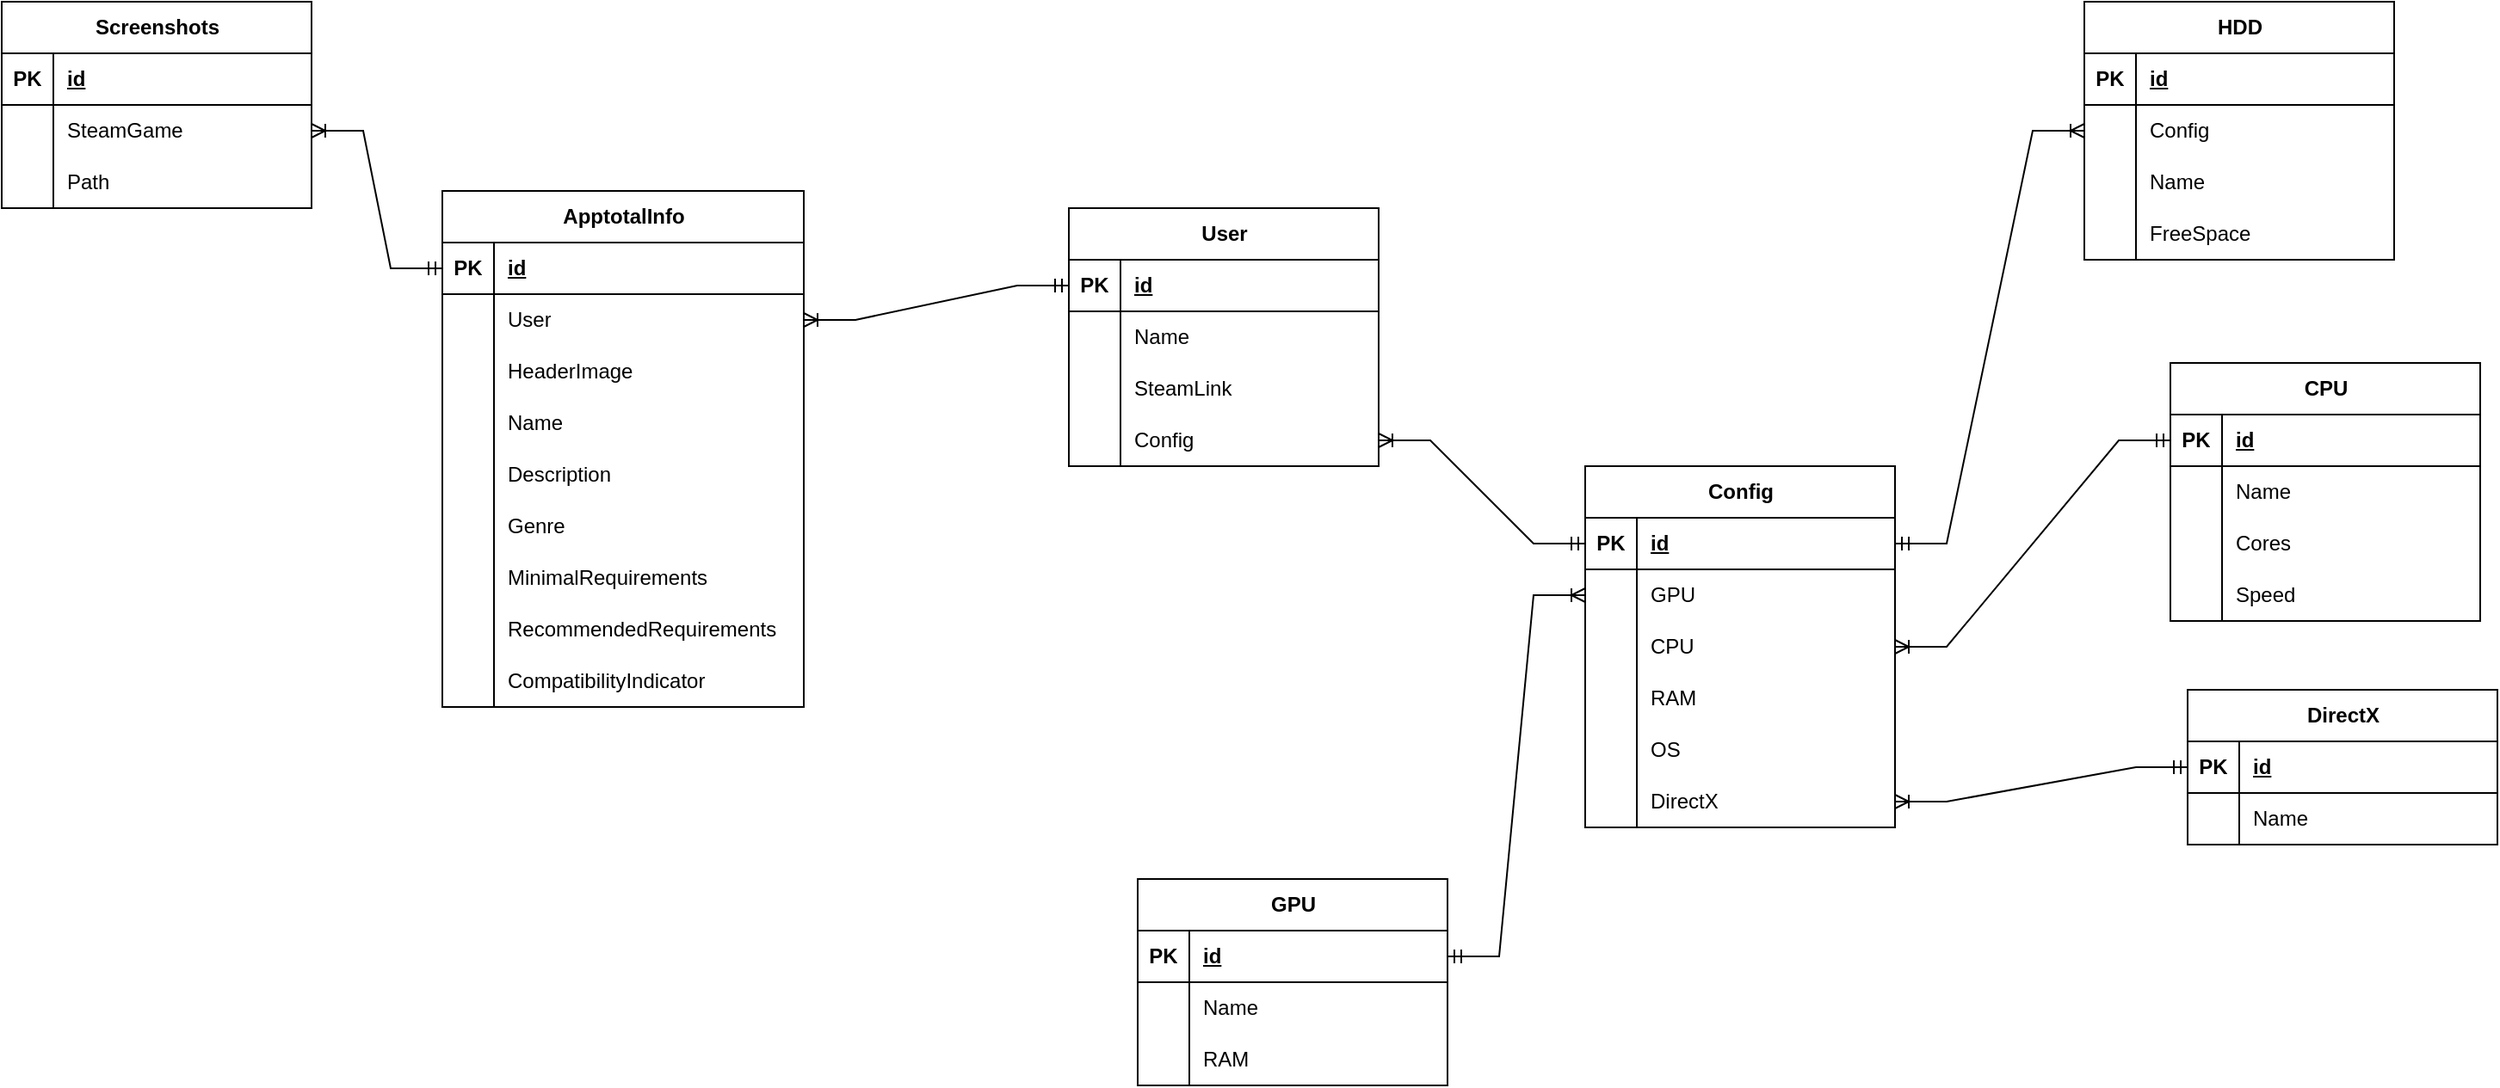
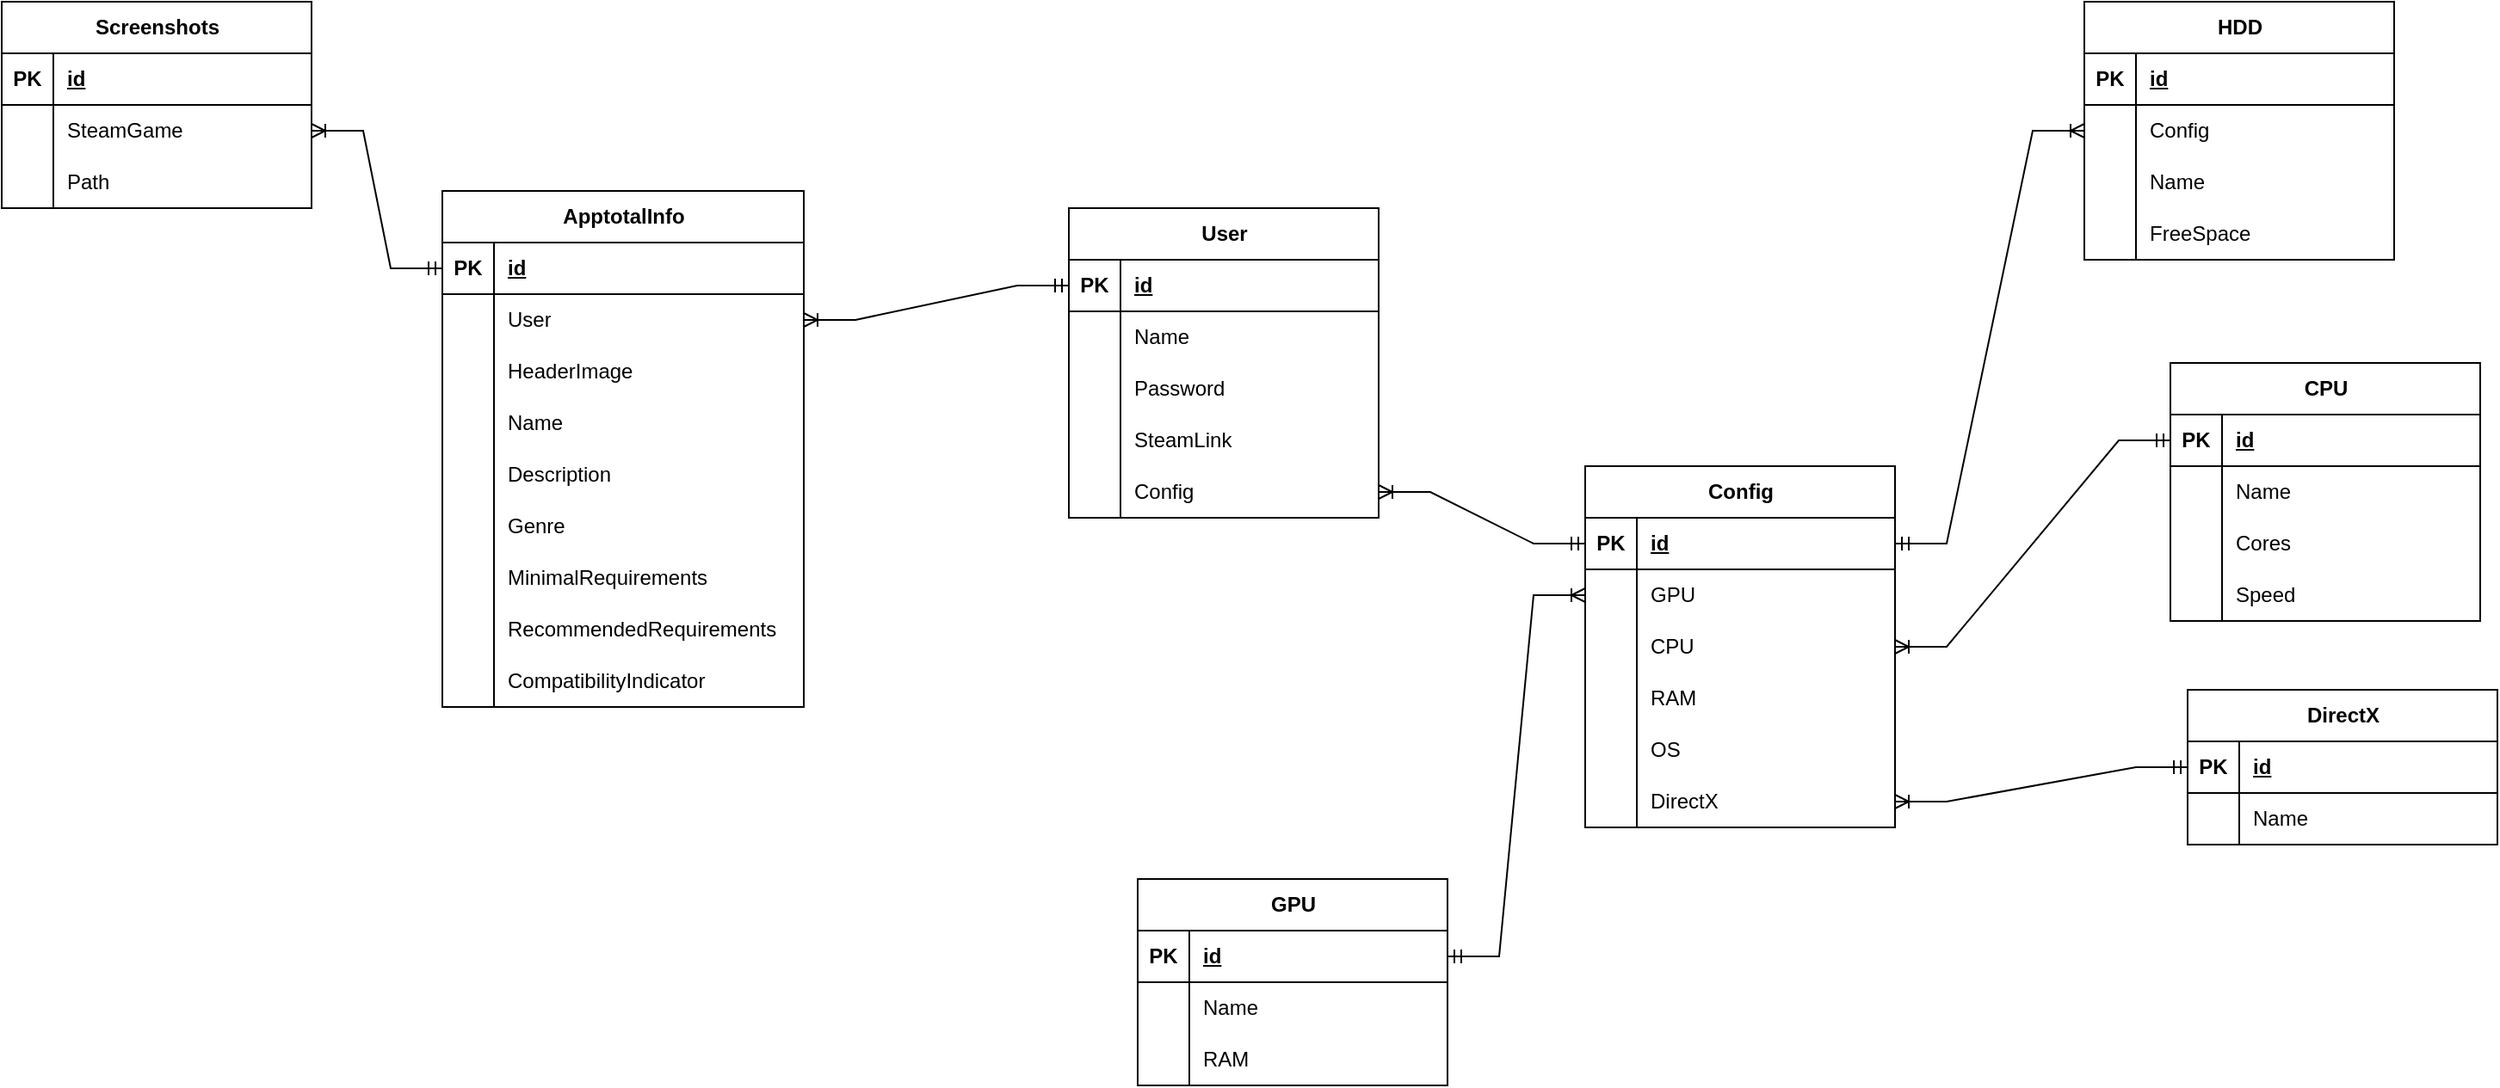
<mxfile host="Electron" agent="Mozilla/5.0 (Windows NT 10.0; Win64; x64) AppleWebKit/537.36 (KHTML, like Gecko) draw.io/27.0.9 Chrome/134.0.6998.205 Electron/35.4.0 Safari/537.36" version="27.0.9">
  <diagram name="Страница — 1" id="ndZ-_XD-usZn9foCTJg3">
-     <mxGraphModel dx="2864" dy="1201" grid="1" gridSize="10" guides="1" tooltips="1" connect="1" arrows="1" fold="1" page="1" pageScale="1" pageWidth="827" pageHeight="1169" math="0" shadow="0">
+     <mxGraphModel dx="2253" dy="841" grid="1" gridSize="10" guides="1" tooltips="1" connect="1" arrows="1" fold="1" page="1" pageScale="1" pageWidth="827" pageHeight="1169" math="0" shadow="0">
      <root>
        <mxCell id="0" />
        <mxCell id="1" parent="0" />
        <mxCell id="RaKvigY4erdhe8ycXThF-5" value="GPU" style="shape=table;startSize=30;container=1;collapsible=1;childLayout=tableLayout;fixedRows=1;rowLines=0;fontStyle=1;align=center;resizeLast=1;html=1;" parent="1" vertex="1">
          <mxGeometry x="-10" y="630" width="180" height="120" as="geometry" />
        </mxCell>
        <mxCell id="RaKvigY4erdhe8ycXThF-6" value="" style="shape=tableRow;horizontal=0;startSize=0;swimlaneHead=0;swimlaneBody=0;fillColor=none;collapsible=0;dropTarget=0;points=[[0,0.5],[1,0.5]];portConstraint=eastwest;top=0;left=0;right=0;bottom=1;" parent="RaKvigY4erdhe8ycXThF-5" vertex="1">
          <mxGeometry y="30" width="180" height="30" as="geometry" />
        </mxCell>
        <mxCell id="RaKvigY4erdhe8ycXThF-7" value="PK" style="shape=partialRectangle;connectable=0;fillColor=none;top=0;left=0;bottom=0;right=0;fontStyle=1;overflow=hidden;whiteSpace=wrap;html=1;" parent="RaKvigY4erdhe8ycXThF-6" vertex="1">
          <mxGeometry width="30" height="30" as="geometry">
            <mxRectangle width="30" height="30" as="alternateBounds" />
          </mxGeometry>
        </mxCell>
        <mxCell id="RaKvigY4erdhe8ycXThF-8" value="id" style="shape=partialRectangle;connectable=0;fillColor=none;top=0;left=0;bottom=0;right=0;align=left;spacingLeft=6;fontStyle=5;overflow=hidden;whiteSpace=wrap;html=1;" parent="RaKvigY4erdhe8ycXThF-6" vertex="1">
          <mxGeometry x="30" width="150" height="30" as="geometry">
            <mxRectangle width="150" height="30" as="alternateBounds" />
          </mxGeometry>
        </mxCell>
        <mxCell id="RaKvigY4erdhe8ycXThF-9" value="" style="shape=tableRow;horizontal=0;startSize=0;swimlaneHead=0;swimlaneBody=0;fillColor=none;collapsible=0;dropTarget=0;points=[[0,0.5],[1,0.5]];portConstraint=eastwest;top=0;left=0;right=0;bottom=0;" parent="RaKvigY4erdhe8ycXThF-5" vertex="1">
          <mxGeometry y="60" width="180" height="30" as="geometry" />
        </mxCell>
        <mxCell id="RaKvigY4erdhe8ycXThF-10" value="" style="shape=partialRectangle;connectable=0;fillColor=none;top=0;left=0;bottom=0;right=0;editable=1;overflow=hidden;whiteSpace=wrap;html=1;" parent="RaKvigY4erdhe8ycXThF-9" vertex="1">
          <mxGeometry width="30" height="30" as="geometry">
            <mxRectangle width="30" height="30" as="alternateBounds" />
          </mxGeometry>
        </mxCell>
        <mxCell id="RaKvigY4erdhe8ycXThF-11" value="Name" style="shape=partialRectangle;connectable=0;fillColor=none;top=0;left=0;bottom=0;right=0;align=left;spacingLeft=6;overflow=hidden;whiteSpace=wrap;html=1;" parent="RaKvigY4erdhe8ycXThF-9" vertex="1">
          <mxGeometry x="30" width="150" height="30" as="geometry">
            <mxRectangle width="150" height="30" as="alternateBounds" />
          </mxGeometry>
        </mxCell>
        <mxCell id="tY81tEx8x-M-BH_9YuJr-7" value="" style="shape=tableRow;horizontal=0;startSize=0;swimlaneHead=0;swimlaneBody=0;fillColor=none;collapsible=0;dropTarget=0;points=[[0,0.5],[1,0.5]];portConstraint=eastwest;top=0;left=0;right=0;bottom=0;" parent="RaKvigY4erdhe8ycXThF-5" vertex="1">
          <mxGeometry y="90" width="180" height="30" as="geometry" />
        </mxCell>
        <mxCell id="tY81tEx8x-M-BH_9YuJr-8" value="" style="shape=partialRectangle;connectable=0;fillColor=none;top=0;left=0;bottom=0;right=0;editable=1;overflow=hidden;whiteSpace=wrap;html=1;" parent="tY81tEx8x-M-BH_9YuJr-7" vertex="1">
          <mxGeometry width="30" height="30" as="geometry">
            <mxRectangle width="30" height="30" as="alternateBounds" />
          </mxGeometry>
        </mxCell>
        <mxCell id="tY81tEx8x-M-BH_9YuJr-9" value="RAM" style="shape=partialRectangle;connectable=0;fillColor=none;top=0;left=0;bottom=0;right=0;align=left;spacingLeft=6;overflow=hidden;whiteSpace=wrap;html=1;" parent="tY81tEx8x-M-BH_9YuJr-7" vertex="1">
          <mxGeometry x="30" width="150" height="30" as="geometry">
            <mxRectangle width="150" height="30" as="alternateBounds" />
          </mxGeometry>
        </mxCell>
        <mxCell id="RaKvigY4erdhe8ycXThF-18" value="CPU" style="shape=table;startSize=30;container=1;collapsible=1;childLayout=tableLayout;fixedRows=1;rowLines=0;fontStyle=1;align=center;resizeLast=1;html=1;" parent="1" vertex="1">
          <mxGeometry x="590" y="330" width="180" height="150" as="geometry" />
        </mxCell>
        <mxCell id="RaKvigY4erdhe8ycXThF-19" value="" style="shape=tableRow;horizontal=0;startSize=0;swimlaneHead=0;swimlaneBody=0;fillColor=none;collapsible=0;dropTarget=0;points=[[0,0.5],[1,0.5]];portConstraint=eastwest;top=0;left=0;right=0;bottom=1;" parent="RaKvigY4erdhe8ycXThF-18" vertex="1">
          <mxGeometry y="30" width="180" height="30" as="geometry" />
        </mxCell>
        <mxCell id="RaKvigY4erdhe8ycXThF-20" value="PK" style="shape=partialRectangle;connectable=0;fillColor=none;top=0;left=0;bottom=0;right=0;fontStyle=1;overflow=hidden;whiteSpace=wrap;html=1;" parent="RaKvigY4erdhe8ycXThF-19" vertex="1">
          <mxGeometry width="30" height="30" as="geometry">
            <mxRectangle width="30" height="30" as="alternateBounds" />
          </mxGeometry>
        </mxCell>
        <mxCell id="RaKvigY4erdhe8ycXThF-21" value="id" style="shape=partialRectangle;connectable=0;fillColor=none;top=0;left=0;bottom=0;right=0;align=left;spacingLeft=6;fontStyle=5;overflow=hidden;whiteSpace=wrap;html=1;" parent="RaKvigY4erdhe8ycXThF-19" vertex="1">
          <mxGeometry x="30" width="150" height="30" as="geometry">
            <mxRectangle width="150" height="30" as="alternateBounds" />
          </mxGeometry>
        </mxCell>
        <mxCell id="RaKvigY4erdhe8ycXThF-22" value="" style="shape=tableRow;horizontal=0;startSize=0;swimlaneHead=0;swimlaneBody=0;fillColor=none;collapsible=0;dropTarget=0;points=[[0,0.5],[1,0.5]];portConstraint=eastwest;top=0;left=0;right=0;bottom=0;" parent="RaKvigY4erdhe8ycXThF-18" vertex="1">
          <mxGeometry y="60" width="180" height="30" as="geometry" />
        </mxCell>
        <mxCell id="RaKvigY4erdhe8ycXThF-23" value="" style="shape=partialRectangle;connectable=0;fillColor=none;top=0;left=0;bottom=0;right=0;editable=1;overflow=hidden;whiteSpace=wrap;html=1;" parent="RaKvigY4erdhe8ycXThF-22" vertex="1">
          <mxGeometry width="30" height="30" as="geometry">
            <mxRectangle width="30" height="30" as="alternateBounds" />
          </mxGeometry>
        </mxCell>
        <mxCell id="RaKvigY4erdhe8ycXThF-24" value="Name" style="shape=partialRectangle;connectable=0;fillColor=none;top=0;left=0;bottom=0;right=0;align=left;spacingLeft=6;overflow=hidden;whiteSpace=wrap;html=1;" parent="RaKvigY4erdhe8ycXThF-22" vertex="1">
          <mxGeometry x="30" width="150" height="30" as="geometry">
            <mxRectangle width="150" height="30" as="alternateBounds" />
          </mxGeometry>
        </mxCell>
        <mxCell id="tY81tEx8x-M-BH_9YuJr-1" value="" style="shape=tableRow;horizontal=0;startSize=0;swimlaneHead=0;swimlaneBody=0;fillColor=none;collapsible=0;dropTarget=0;points=[[0,0.5],[1,0.5]];portConstraint=eastwest;top=0;left=0;right=0;bottom=0;" parent="RaKvigY4erdhe8ycXThF-18" vertex="1">
          <mxGeometry y="90" width="180" height="30" as="geometry" />
        </mxCell>
        <mxCell id="tY81tEx8x-M-BH_9YuJr-2" value="" style="shape=partialRectangle;connectable=0;fillColor=none;top=0;left=0;bottom=0;right=0;editable=1;overflow=hidden;whiteSpace=wrap;html=1;" parent="tY81tEx8x-M-BH_9YuJr-1" vertex="1">
          <mxGeometry width="30" height="30" as="geometry">
            <mxRectangle width="30" height="30" as="alternateBounds" />
          </mxGeometry>
        </mxCell>
        <mxCell id="tY81tEx8x-M-BH_9YuJr-3" value="Cores" style="shape=partialRectangle;connectable=0;fillColor=none;top=0;left=0;bottom=0;right=0;align=left;spacingLeft=6;overflow=hidden;whiteSpace=wrap;html=1;" parent="tY81tEx8x-M-BH_9YuJr-1" vertex="1">
          <mxGeometry x="30" width="150" height="30" as="geometry">
            <mxRectangle width="150" height="30" as="alternateBounds" />
          </mxGeometry>
        </mxCell>
        <mxCell id="tY81tEx8x-M-BH_9YuJr-4" value="" style="shape=tableRow;horizontal=0;startSize=0;swimlaneHead=0;swimlaneBody=0;fillColor=none;collapsible=0;dropTarget=0;points=[[0,0.5],[1,0.5]];portConstraint=eastwest;top=0;left=0;right=0;bottom=0;" parent="RaKvigY4erdhe8ycXThF-18" vertex="1">
          <mxGeometry y="120" width="180" height="30" as="geometry" />
        </mxCell>
        <mxCell id="tY81tEx8x-M-BH_9YuJr-5" value="" style="shape=partialRectangle;connectable=0;fillColor=none;top=0;left=0;bottom=0;right=0;editable=1;overflow=hidden;whiteSpace=wrap;html=1;" parent="tY81tEx8x-M-BH_9YuJr-4" vertex="1">
          <mxGeometry width="30" height="30" as="geometry">
            <mxRectangle width="30" height="30" as="alternateBounds" />
          </mxGeometry>
        </mxCell>
        <mxCell id="tY81tEx8x-M-BH_9YuJr-6" value="Speed" style="shape=partialRectangle;connectable=0;fillColor=none;top=0;left=0;bottom=0;right=0;align=left;spacingLeft=6;overflow=hidden;whiteSpace=wrap;html=1;" parent="tY81tEx8x-M-BH_9YuJr-4" vertex="1">
          <mxGeometry x="30" width="150" height="30" as="geometry">
            <mxRectangle width="150" height="30" as="alternateBounds" />
          </mxGeometry>
        </mxCell>
        <mxCell id="RaKvigY4erdhe8ycXThF-25" value="DirectX" style="shape=table;startSize=30;container=1;collapsible=1;childLayout=tableLayout;fixedRows=1;rowLines=0;fontStyle=1;align=center;resizeLast=1;html=1;" parent="1" vertex="1">
          <mxGeometry x="600" y="520" width="180" height="90" as="geometry" />
        </mxCell>
        <mxCell id="RaKvigY4erdhe8ycXThF-26" value="" style="shape=tableRow;horizontal=0;startSize=0;swimlaneHead=0;swimlaneBody=0;fillColor=none;collapsible=0;dropTarget=0;points=[[0,0.5],[1,0.5]];portConstraint=eastwest;top=0;left=0;right=0;bottom=1;" parent="RaKvigY4erdhe8ycXThF-25" vertex="1">
          <mxGeometry y="30" width="180" height="30" as="geometry" />
        </mxCell>
        <mxCell id="RaKvigY4erdhe8ycXThF-27" value="PK" style="shape=partialRectangle;connectable=0;fillColor=none;top=0;left=0;bottom=0;right=0;fontStyle=1;overflow=hidden;whiteSpace=wrap;html=1;" parent="RaKvigY4erdhe8ycXThF-26" vertex="1">
          <mxGeometry width="30" height="30" as="geometry">
            <mxRectangle width="30" height="30" as="alternateBounds" />
          </mxGeometry>
        </mxCell>
        <mxCell id="RaKvigY4erdhe8ycXThF-28" value="id" style="shape=partialRectangle;connectable=0;fillColor=none;top=0;left=0;bottom=0;right=0;align=left;spacingLeft=6;fontStyle=5;overflow=hidden;whiteSpace=wrap;html=1;" parent="RaKvigY4erdhe8ycXThF-26" vertex="1">
          <mxGeometry x="30" width="150" height="30" as="geometry">
            <mxRectangle width="150" height="30" as="alternateBounds" />
          </mxGeometry>
        </mxCell>
        <mxCell id="RaKvigY4erdhe8ycXThF-29" value="" style="shape=tableRow;horizontal=0;startSize=0;swimlaneHead=0;swimlaneBody=0;fillColor=none;collapsible=0;dropTarget=0;points=[[0,0.5],[1,0.5]];portConstraint=eastwest;top=0;left=0;right=0;bottom=0;" parent="RaKvigY4erdhe8ycXThF-25" vertex="1">
          <mxGeometry y="60" width="180" height="30" as="geometry" />
        </mxCell>
        <mxCell id="RaKvigY4erdhe8ycXThF-30" value="" style="shape=partialRectangle;connectable=0;fillColor=none;top=0;left=0;bottom=0;right=0;editable=1;overflow=hidden;whiteSpace=wrap;html=1;" parent="RaKvigY4erdhe8ycXThF-29" vertex="1">
          <mxGeometry width="30" height="30" as="geometry">
            <mxRectangle width="30" height="30" as="alternateBounds" />
          </mxGeometry>
        </mxCell>
        <mxCell id="RaKvigY4erdhe8ycXThF-31" value="Name" style="shape=partialRectangle;connectable=0;fillColor=none;top=0;left=0;bottom=0;right=0;align=left;spacingLeft=6;overflow=hidden;whiteSpace=wrap;html=1;" parent="RaKvigY4erdhe8ycXThF-29" vertex="1">
          <mxGeometry x="30" width="150" height="30" as="geometry">
            <mxRectangle width="150" height="30" as="alternateBounds" />
          </mxGeometry>
        </mxCell>
        <mxCell id="RaKvigY4erdhe8ycXThF-32" value="Config" style="shape=table;startSize=30;container=1;collapsible=1;childLayout=tableLayout;fixedRows=1;rowLines=0;fontStyle=1;align=center;resizeLast=1;html=1;" parent="1" vertex="1">
          <mxGeometry x="250" y="390" width="180" height="210" as="geometry" />
        </mxCell>
        <mxCell id="RaKvigY4erdhe8ycXThF-33" value="" style="shape=tableRow;horizontal=0;startSize=0;swimlaneHead=0;swimlaneBody=0;fillColor=none;collapsible=0;dropTarget=0;points=[[0,0.5],[1,0.5]];portConstraint=eastwest;top=0;left=0;right=0;bottom=1;" parent="RaKvigY4erdhe8ycXThF-32" vertex="1">
          <mxGeometry y="30" width="180" height="30" as="geometry" />
        </mxCell>
        <mxCell id="RaKvigY4erdhe8ycXThF-34" value="PK" style="shape=partialRectangle;connectable=0;fillColor=none;top=0;left=0;bottom=0;right=0;fontStyle=1;overflow=hidden;whiteSpace=wrap;html=1;" parent="RaKvigY4erdhe8ycXThF-33" vertex="1">
          <mxGeometry width="30" height="30" as="geometry">
            <mxRectangle width="30" height="30" as="alternateBounds" />
          </mxGeometry>
        </mxCell>
        <mxCell id="RaKvigY4erdhe8ycXThF-35" value="id" style="shape=partialRectangle;connectable=0;fillColor=none;top=0;left=0;bottom=0;right=0;align=left;spacingLeft=6;fontStyle=5;overflow=hidden;whiteSpace=wrap;html=1;" parent="RaKvigY4erdhe8ycXThF-33" vertex="1">
          <mxGeometry x="30" width="150" height="30" as="geometry">
            <mxRectangle width="150" height="30" as="alternateBounds" />
          </mxGeometry>
        </mxCell>
        <mxCell id="RaKvigY4erdhe8ycXThF-36" value="" style="shape=tableRow;horizontal=0;startSize=0;swimlaneHead=0;swimlaneBody=0;fillColor=none;collapsible=0;dropTarget=0;points=[[0,0.5],[1,0.5]];portConstraint=eastwest;top=0;left=0;right=0;bottom=0;" parent="RaKvigY4erdhe8ycXThF-32" vertex="1">
          <mxGeometry y="60" width="180" height="30" as="geometry" />
        </mxCell>
        <mxCell id="RaKvigY4erdhe8ycXThF-37" value="" style="shape=partialRectangle;connectable=0;fillColor=none;top=0;left=0;bottom=0;right=0;editable=1;overflow=hidden;whiteSpace=wrap;html=1;" parent="RaKvigY4erdhe8ycXThF-36" vertex="1">
          <mxGeometry width="30" height="30" as="geometry">
            <mxRectangle width="30" height="30" as="alternateBounds" />
          </mxGeometry>
        </mxCell>
        <mxCell id="RaKvigY4erdhe8ycXThF-38" value="GPU" style="shape=partialRectangle;connectable=0;fillColor=none;top=0;left=0;bottom=0;right=0;align=left;spacingLeft=6;overflow=hidden;whiteSpace=wrap;html=1;" parent="RaKvigY4erdhe8ycXThF-36" vertex="1">
          <mxGeometry x="30" width="150" height="30" as="geometry">
            <mxRectangle width="150" height="30" as="alternateBounds" />
          </mxGeometry>
        </mxCell>
        <mxCell id="RaKvigY4erdhe8ycXThF-39" value="" style="shape=tableRow;horizontal=0;startSize=0;swimlaneHead=0;swimlaneBody=0;fillColor=none;collapsible=0;dropTarget=0;points=[[0,0.5],[1,0.5]];portConstraint=eastwest;top=0;left=0;right=0;bottom=0;" parent="RaKvigY4erdhe8ycXThF-32" vertex="1">
          <mxGeometry y="90" width="180" height="30" as="geometry" />
        </mxCell>
        <mxCell id="RaKvigY4erdhe8ycXThF-40" value="" style="shape=partialRectangle;connectable=0;fillColor=none;top=0;left=0;bottom=0;right=0;editable=1;overflow=hidden;whiteSpace=wrap;html=1;" parent="RaKvigY4erdhe8ycXThF-39" vertex="1">
          <mxGeometry width="30" height="30" as="geometry">
            <mxRectangle width="30" height="30" as="alternateBounds" />
          </mxGeometry>
        </mxCell>
        <mxCell id="RaKvigY4erdhe8ycXThF-41" value="CPU" style="shape=partialRectangle;connectable=0;fillColor=none;top=0;left=0;bottom=0;right=0;align=left;spacingLeft=6;overflow=hidden;whiteSpace=wrap;html=1;" parent="RaKvigY4erdhe8ycXThF-39" vertex="1">
          <mxGeometry x="30" width="150" height="30" as="geometry">
            <mxRectangle width="150" height="30" as="alternateBounds" />
          </mxGeometry>
        </mxCell>
        <mxCell id="RaKvigY4erdhe8ycXThF-42" value="" style="shape=tableRow;horizontal=0;startSize=0;swimlaneHead=0;swimlaneBody=0;fillColor=none;collapsible=0;dropTarget=0;points=[[0,0.5],[1,0.5]];portConstraint=eastwest;top=0;left=0;right=0;bottom=0;" parent="RaKvigY4erdhe8ycXThF-32" vertex="1">
          <mxGeometry y="120" width="180" height="30" as="geometry" />
        </mxCell>
        <mxCell id="RaKvigY4erdhe8ycXThF-43" value="" style="shape=partialRectangle;connectable=0;fillColor=none;top=0;left=0;bottom=0;right=0;editable=1;overflow=hidden;whiteSpace=wrap;html=1;" parent="RaKvigY4erdhe8ycXThF-42" vertex="1">
          <mxGeometry width="30" height="30" as="geometry">
            <mxRectangle width="30" height="30" as="alternateBounds" />
          </mxGeometry>
        </mxCell>
        <mxCell id="RaKvigY4erdhe8ycXThF-44" value="RAM" style="shape=partialRectangle;connectable=0;fillColor=none;top=0;left=0;bottom=0;right=0;align=left;spacingLeft=6;overflow=hidden;whiteSpace=wrap;html=1;" parent="RaKvigY4erdhe8ycXThF-42" vertex="1">
          <mxGeometry x="30" width="150" height="30" as="geometry">
            <mxRectangle width="150" height="30" as="alternateBounds" />
          </mxGeometry>
        </mxCell>
        <mxCell id="RaKvigY4erdhe8ycXThF-58" value="" style="shape=tableRow;horizontal=0;startSize=0;swimlaneHead=0;swimlaneBody=0;fillColor=none;collapsible=0;dropTarget=0;points=[[0,0.5],[1,0.5]];portConstraint=eastwest;top=0;left=0;right=0;bottom=0;" parent="RaKvigY4erdhe8ycXThF-32" vertex="1">
          <mxGeometry y="150" width="180" height="30" as="geometry" />
        </mxCell>
        <mxCell id="RaKvigY4erdhe8ycXThF-59" value="" style="shape=partialRectangle;connectable=0;fillColor=none;top=0;left=0;bottom=0;right=0;editable=1;overflow=hidden;whiteSpace=wrap;html=1;" parent="RaKvigY4erdhe8ycXThF-58" vertex="1">
          <mxGeometry width="30" height="30" as="geometry">
            <mxRectangle width="30" height="30" as="alternateBounds" />
          </mxGeometry>
        </mxCell>
        <mxCell id="RaKvigY4erdhe8ycXThF-60" value="OS" style="shape=partialRectangle;connectable=0;fillColor=none;top=0;left=0;bottom=0;right=0;align=left;spacingLeft=6;overflow=hidden;whiteSpace=wrap;html=1;" parent="RaKvigY4erdhe8ycXThF-58" vertex="1">
          <mxGeometry x="30" width="150" height="30" as="geometry">
            <mxRectangle width="150" height="30" as="alternateBounds" />
          </mxGeometry>
        </mxCell>
        <mxCell id="RaKvigY4erdhe8ycXThF-61" value="" style="shape=tableRow;horizontal=0;startSize=0;swimlaneHead=0;swimlaneBody=0;fillColor=none;collapsible=0;dropTarget=0;points=[[0,0.5],[1,0.5]];portConstraint=eastwest;top=0;left=0;right=0;bottom=0;" parent="RaKvigY4erdhe8ycXThF-32" vertex="1">
          <mxGeometry y="180" width="180" height="30" as="geometry" />
        </mxCell>
        <mxCell id="RaKvigY4erdhe8ycXThF-62" value="" style="shape=partialRectangle;connectable=0;fillColor=none;top=0;left=0;bottom=0;right=0;editable=1;overflow=hidden;whiteSpace=wrap;html=1;" parent="RaKvigY4erdhe8ycXThF-61" vertex="1">
          <mxGeometry width="30" height="30" as="geometry">
            <mxRectangle width="30" height="30" as="alternateBounds" />
          </mxGeometry>
        </mxCell>
        <mxCell id="RaKvigY4erdhe8ycXThF-63" value="DirectX" style="shape=partialRectangle;connectable=0;fillColor=none;top=0;left=0;bottom=0;right=0;align=left;spacingLeft=6;overflow=hidden;whiteSpace=wrap;html=1;" parent="RaKvigY4erdhe8ycXThF-61" vertex="1">
          <mxGeometry x="30" width="150" height="30" as="geometry">
            <mxRectangle width="150" height="30" as="alternateBounds" />
          </mxGeometry>
        </mxCell>
        <mxCell id="RaKvigY4erdhe8ycXThF-45" value="User" style="shape=table;startSize=30;container=1;collapsible=1;childLayout=tableLayout;fixedRows=1;rowLines=0;fontStyle=1;align=center;resizeLast=1;html=1;" parent="1" vertex="1">
-           <mxGeometry x="-50" y="240" width="180" height="150" as="geometry" />
+           <mxGeometry x="-50" y="240" width="180" height="180" as="geometry" />
        </mxCell>
        <mxCell id="RaKvigY4erdhe8ycXThF-46" value="" style="shape=tableRow;horizontal=0;startSize=0;swimlaneHead=0;swimlaneBody=0;fillColor=none;collapsible=0;dropTarget=0;points=[[0,0.5],[1,0.5]];portConstraint=eastwest;top=0;left=0;right=0;bottom=1;" parent="RaKvigY4erdhe8ycXThF-45" vertex="1">
          <mxGeometry y="30" width="180" height="30" as="geometry" />
        </mxCell>
        <mxCell id="RaKvigY4erdhe8ycXThF-47" value="PK" style="shape=partialRectangle;connectable=0;fillColor=none;top=0;left=0;bottom=0;right=0;fontStyle=1;overflow=hidden;whiteSpace=wrap;html=1;" parent="RaKvigY4erdhe8ycXThF-46" vertex="1">
          <mxGeometry width="30" height="30" as="geometry">
            <mxRectangle width="30" height="30" as="alternateBounds" />
          </mxGeometry>
        </mxCell>
        <mxCell id="RaKvigY4erdhe8ycXThF-48" value="id" style="shape=partialRectangle;connectable=0;fillColor=none;top=0;left=0;bottom=0;right=0;align=left;spacingLeft=6;fontStyle=5;overflow=hidden;whiteSpace=wrap;html=1;" parent="RaKvigY4erdhe8ycXThF-46" vertex="1">
          <mxGeometry x="30" width="150" height="30" as="geometry">
            <mxRectangle width="150" height="30" as="alternateBounds" />
          </mxGeometry>
        </mxCell>
        <mxCell id="RaKvigY4erdhe8ycXThF-49" value="" style="shape=tableRow;horizontal=0;startSize=0;swimlaneHead=0;swimlaneBody=0;fillColor=none;collapsible=0;dropTarget=0;points=[[0,0.5],[1,0.5]];portConstraint=eastwest;top=0;left=0;right=0;bottom=0;" parent="RaKvigY4erdhe8ycXThF-45" vertex="1">
          <mxGeometry y="60" width="180" height="30" as="geometry" />
        </mxCell>
        <mxCell id="RaKvigY4erdhe8ycXThF-50" value="" style="shape=partialRectangle;connectable=0;fillColor=none;top=0;left=0;bottom=0;right=0;editable=1;overflow=hidden;whiteSpace=wrap;html=1;" parent="RaKvigY4erdhe8ycXThF-49" vertex="1">
          <mxGeometry width="30" height="30" as="geometry">
            <mxRectangle width="30" height="30" as="alternateBounds" />
          </mxGeometry>
        </mxCell>
        <mxCell id="RaKvigY4erdhe8ycXThF-51" value="Name" style="shape=partialRectangle;connectable=0;fillColor=none;top=0;left=0;bottom=0;right=0;align=left;spacingLeft=6;overflow=hidden;whiteSpace=wrap;html=1;" parent="RaKvigY4erdhe8ycXThF-49" vertex="1">
          <mxGeometry x="30" width="150" height="30" as="geometry">
            <mxRectangle width="150" height="30" as="alternateBounds" />
          </mxGeometry>
        </mxCell>
+         <mxCell id="4eZMBPz11ute1qu31OBA-1" value="" style="shape=tableRow;horizontal=0;startSize=0;swimlaneHead=0;swimlaneBody=0;fillColor=none;collapsible=0;dropTarget=0;points=[[0,0.5],[1,0.5]];portConstraint=eastwest;top=0;left=0;right=0;bottom=0;" vertex="1" parent="RaKvigY4erdhe8ycXThF-45">
+           <mxGeometry y="90" width="180" height="30" as="geometry" />
+         </mxCell>
+         <mxCell id="4eZMBPz11ute1qu31OBA-2" value="" style="shape=partialRectangle;connectable=0;fillColor=none;top=0;left=0;bottom=0;right=0;editable=1;overflow=hidden;whiteSpace=wrap;html=1;" vertex="1" parent="4eZMBPz11ute1qu31OBA-1">
+           <mxGeometry width="30" height="30" as="geometry">
+             <mxRectangle width="30" height="30" as="alternateBounds" />
+           </mxGeometry>
+         </mxCell>
+         <mxCell id="4eZMBPz11ute1qu31OBA-3" value="Password" style="shape=partialRectangle;connectable=0;fillColor=none;top=0;left=0;bottom=0;right=0;align=left;spacingLeft=6;overflow=hidden;whiteSpace=wrap;html=1;" vertex="1" parent="4eZMBPz11ute1qu31OBA-1">
+           <mxGeometry x="30" width="150" height="30" as="geometry">
+             <mxRectangle width="150" height="30" as="alternateBounds" />
+           </mxGeometry>
+         </mxCell>
        <mxCell id="RaKvigY4erdhe8ycXThF-52" value="" style="shape=tableRow;horizontal=0;startSize=0;swimlaneHead=0;swimlaneBody=0;fillColor=none;collapsible=0;dropTarget=0;points=[[0,0.5],[1,0.5]];portConstraint=eastwest;top=0;left=0;right=0;bottom=0;" parent="RaKvigY4erdhe8ycXThF-45" vertex="1">
-           <mxGeometry y="90" width="180" height="30" as="geometry" />
+           <mxGeometry y="120" width="180" height="30" as="geometry" />
        </mxCell>
        <mxCell id="RaKvigY4erdhe8ycXThF-53" value="" style="shape=partialRectangle;connectable=0;fillColor=none;top=0;left=0;bottom=0;right=0;editable=1;overflow=hidden;whiteSpace=wrap;html=1;" parent="RaKvigY4erdhe8ycXThF-52" vertex="1">
          <mxGeometry width="30" height="30" as="geometry">
            <mxRectangle width="30" height="30" as="alternateBounds" />
          </mxGeometry>
        </mxCell>
        <mxCell id="RaKvigY4erdhe8ycXThF-54" value="SteamLink" style="shape=partialRectangle;connectable=0;fillColor=none;top=0;left=0;bottom=0;right=0;align=left;spacingLeft=6;overflow=hidden;whiteSpace=wrap;html=1;" parent="RaKvigY4erdhe8ycXThF-52" vertex="1">
          <mxGeometry x="30" width="150" height="30" as="geometry">
            <mxRectangle width="150" height="30" as="alternateBounds" />
          </mxGeometry>
        </mxCell>
        <mxCell id="RaKvigY4erdhe8ycXThF-55" value="" style="shape=tableRow;horizontal=0;startSize=0;swimlaneHead=0;swimlaneBody=0;fillColor=none;collapsible=0;dropTarget=0;points=[[0,0.5],[1,0.5]];portConstraint=eastwest;top=0;left=0;right=0;bottom=0;" parent="RaKvigY4erdhe8ycXThF-45" vertex="1">
-           <mxGeometry y="120" width="180" height="30" as="geometry" />
+           <mxGeometry y="150" width="180" height="30" as="geometry" />
        </mxCell>
        <mxCell id="RaKvigY4erdhe8ycXThF-56" value="" style="shape=partialRectangle;connectable=0;fillColor=none;top=0;left=0;bottom=0;right=0;editable=1;overflow=hidden;whiteSpace=wrap;html=1;" parent="RaKvigY4erdhe8ycXThF-55" vertex="1">
          <mxGeometry width="30" height="30" as="geometry">
            <mxRectangle width="30" height="30" as="alternateBounds" />
          </mxGeometry>
        </mxCell>
        <mxCell id="RaKvigY4erdhe8ycXThF-57" value="Config" style="shape=partialRectangle;connectable=0;fillColor=none;top=0;left=0;bottom=0;right=0;align=left;spacingLeft=6;overflow=hidden;whiteSpace=wrap;html=1;" parent="RaKvigY4erdhe8ycXThF-55" vertex="1">
          <mxGeometry x="30" width="150" height="30" as="geometry">
            <mxRectangle width="150" height="30" as="alternateBounds" />
          </mxGeometry>
        </mxCell>
        <mxCell id="RaKvigY4erdhe8ycXThF-106" value="ApptotalInfo" style="shape=table;startSize=30;container=1;collapsible=1;childLayout=tableLayout;fixedRows=1;rowLines=0;fontStyle=1;align=center;resizeLast=1;html=1;" parent="1" vertex="1">
          <mxGeometry x="-414" y="230" width="210" height="300" as="geometry" />
        </mxCell>
        <mxCell id="RaKvigY4erdhe8ycXThF-107" value="" style="shape=tableRow;horizontal=0;startSize=0;swimlaneHead=0;swimlaneBody=0;fillColor=none;collapsible=0;dropTarget=0;points=[[0,0.5],[1,0.5]];portConstraint=eastwest;top=0;left=0;right=0;bottom=1;" parent="RaKvigY4erdhe8ycXThF-106" vertex="1">
          <mxGeometry y="30" width="210" height="30" as="geometry" />
        </mxCell>
        <mxCell id="RaKvigY4erdhe8ycXThF-108" value="PK" style="shape=partialRectangle;connectable=0;fillColor=none;top=0;left=0;bottom=0;right=0;fontStyle=1;overflow=hidden;whiteSpace=wrap;html=1;" parent="RaKvigY4erdhe8ycXThF-107" vertex="1">
          <mxGeometry width="30" height="30" as="geometry">
            <mxRectangle width="30" height="30" as="alternateBounds" />
          </mxGeometry>
        </mxCell>
        <mxCell id="RaKvigY4erdhe8ycXThF-109" value="id" style="shape=partialRectangle;connectable=0;fillColor=none;top=0;left=0;bottom=0;right=0;align=left;spacingLeft=6;fontStyle=5;overflow=hidden;whiteSpace=wrap;html=1;" parent="RaKvigY4erdhe8ycXThF-107" vertex="1">
          <mxGeometry x="30" width="180" height="30" as="geometry">
            <mxRectangle width="180" height="30" as="alternateBounds" />
          </mxGeometry>
        </mxCell>
        <mxCell id="RaKvigY4erdhe8ycXThF-145" value="" style="shape=tableRow;horizontal=0;startSize=0;swimlaneHead=0;swimlaneBody=0;fillColor=none;collapsible=0;dropTarget=0;points=[[0,0.5],[1,0.5]];portConstraint=eastwest;top=0;left=0;right=0;bottom=0;" parent="RaKvigY4erdhe8ycXThF-106" vertex="1">
          <mxGeometry y="60" width="210" height="30" as="geometry" />
        </mxCell>
        <mxCell id="RaKvigY4erdhe8ycXThF-146" value="" style="shape=partialRectangle;connectable=0;fillColor=none;top=0;left=0;bottom=0;right=0;editable=1;overflow=hidden;whiteSpace=wrap;html=1;" parent="RaKvigY4erdhe8ycXThF-145" vertex="1">
          <mxGeometry width="30" height="30" as="geometry">
            <mxRectangle width="30" height="30" as="alternateBounds" />
          </mxGeometry>
        </mxCell>
        <mxCell id="RaKvigY4erdhe8ycXThF-147" value="User" style="shape=partialRectangle;connectable=0;fillColor=none;top=0;left=0;bottom=0;right=0;align=left;spacingLeft=6;overflow=hidden;whiteSpace=wrap;html=1;" parent="RaKvigY4erdhe8ycXThF-145" vertex="1">
          <mxGeometry x="30" width="180" height="30" as="geometry">
            <mxRectangle width="180" height="30" as="alternateBounds" />
          </mxGeometry>
        </mxCell>
-         <mxCell id="09DPgqLLzCL2Ru6xiS4a-1" value="" style="shape=tableRow;horizontal=0;startSize=0;swimlaneHead=0;swimlaneBody=0;fillColor=none;collapsible=0;dropTarget=0;points=[[0,0.5],[1,0.5]];portConstraint=eastwest;top=0;left=0;right=0;bottom=0;" vertex="1" parent="RaKvigY4erdhe8ycXThF-106">
+         <mxCell id="09DPgqLLzCL2Ru6xiS4a-1" value="" style="shape=tableRow;horizontal=0;startSize=0;swimlaneHead=0;swimlaneBody=0;fillColor=none;collapsible=0;dropTarget=0;points=[[0,0.5],[1,0.5]];portConstraint=eastwest;top=0;left=0;right=0;bottom=0;" parent="RaKvigY4erdhe8ycXThF-106" vertex="1">
          <mxGeometry y="90" width="210" height="30" as="geometry" />
        </mxCell>
-         <mxCell id="09DPgqLLzCL2Ru6xiS4a-2" value="" style="shape=partialRectangle;connectable=0;fillColor=none;top=0;left=0;bottom=0;right=0;editable=1;overflow=hidden;whiteSpace=wrap;html=1;" vertex="1" parent="09DPgqLLzCL2Ru6xiS4a-1">
-           <mxGeometry width="30" height="30" as="geometry">
-             <mxRectangle width="30" height="30" as="alternateBounds" />
-           </mxGeometry>
-         </mxCell>
-         <mxCell id="09DPgqLLzCL2Ru6xiS4a-3" value="HeaderImage" style="shape=partialRectangle;connectable=0;fillColor=none;top=0;left=0;bottom=0;right=0;align=left;spacingLeft=6;overflow=hidden;whiteSpace=wrap;html=1;" vertex="1" parent="09DPgqLLzCL2Ru6xiS4a-1">
+         <mxCell id="09DPgqLLzCL2Ru6xiS4a-2" value="" style="shape=partialRectangle;connectable=0;fillColor=none;top=0;left=0;bottom=0;right=0;editable=1;overflow=hidden;whiteSpace=wrap;html=1;" parent="09DPgqLLzCL2Ru6xiS4a-1" vertex="1">
+           <mxGeometry width="30" height="30" as="geometry">
+             <mxRectangle width="30" height="30" as="alternateBounds" />
+           </mxGeometry>
+         </mxCell>
+         <mxCell id="09DPgqLLzCL2Ru6xiS4a-3" value="HeaderImage" style="shape=partialRectangle;connectable=0;fillColor=none;top=0;left=0;bottom=0;right=0;align=left;spacingLeft=6;overflow=hidden;whiteSpace=wrap;html=1;" parent="09DPgqLLzCL2Ru6xiS4a-1" vertex="1">
          <mxGeometry x="30" width="180" height="30" as="geometry">
            <mxRectangle width="180" height="30" as="alternateBounds" />
          </mxGeometry>
        </mxCell>
        <mxCell id="RaKvigY4erdhe8ycXThF-113" value="" style="shape=tableRow;horizontal=0;startSize=0;swimlaneHead=0;swimlaneBody=0;fillColor=none;collapsible=0;dropTarget=0;points=[[0,0.5],[1,0.5]];portConstraint=eastwest;top=0;left=0;right=0;bottom=0;" parent="RaKvigY4erdhe8ycXThF-106" vertex="1">
          <mxGeometry y="120" width="210" height="30" as="geometry" />
        </mxCell>
        <mxCell id="RaKvigY4erdhe8ycXThF-114" value="" style="shape=partialRectangle;connectable=0;fillColor=none;top=0;left=0;bottom=0;right=0;editable=1;overflow=hidden;whiteSpace=wrap;html=1;" parent="RaKvigY4erdhe8ycXThF-113" vertex="1">
          <mxGeometry width="30" height="30" as="geometry">
            <mxRectangle width="30" height="30" as="alternateBounds" />
          </mxGeometry>
        </mxCell>
        <mxCell id="RaKvigY4erdhe8ycXThF-115" value="Name" style="shape=partialRectangle;connectable=0;fillColor=none;top=0;left=0;bottom=0;right=0;align=left;spacingLeft=6;overflow=hidden;whiteSpace=wrap;html=1;" parent="RaKvigY4erdhe8ycXThF-113" vertex="1">
          <mxGeometry x="30" width="180" height="30" as="geometry">
            <mxRectangle width="180" height="30" as="alternateBounds" />
          </mxGeometry>
        </mxCell>
        <mxCell id="RaKvigY4erdhe8ycXThF-116" value="" style="shape=tableRow;horizontal=0;startSize=0;swimlaneHead=0;swimlaneBody=0;fillColor=none;collapsible=0;dropTarget=0;points=[[0,0.5],[1,0.5]];portConstraint=eastwest;top=0;left=0;right=0;bottom=0;" parent="RaKvigY4erdhe8ycXThF-106" vertex="1">
          <mxGeometry y="150" width="210" height="30" as="geometry" />
        </mxCell>
        <mxCell id="RaKvigY4erdhe8ycXThF-117" value="" style="shape=partialRectangle;connectable=0;fillColor=none;top=0;left=0;bottom=0;right=0;editable=1;overflow=hidden;whiteSpace=wrap;html=1;" parent="RaKvigY4erdhe8ycXThF-116" vertex="1">
          <mxGeometry width="30" height="30" as="geometry">
            <mxRectangle width="30" height="30" as="alternateBounds" />
          </mxGeometry>
        </mxCell>
        <mxCell id="RaKvigY4erdhe8ycXThF-118" value="Description" style="shape=partialRectangle;connectable=0;fillColor=none;top=0;left=0;bottom=0;right=0;align=left;spacingLeft=6;overflow=hidden;whiteSpace=wrap;html=1;" parent="RaKvigY4erdhe8ycXThF-116" vertex="1">
          <mxGeometry x="30" width="180" height="30" as="geometry">
            <mxRectangle width="180" height="30" as="alternateBounds" />
          </mxGeometry>
        </mxCell>
-         <mxCell id="09DPgqLLzCL2Ru6xiS4a-7" value="" style="shape=tableRow;horizontal=0;startSize=0;swimlaneHead=0;swimlaneBody=0;fillColor=none;collapsible=0;dropTarget=0;points=[[0,0.5],[1,0.5]];portConstraint=eastwest;top=0;left=0;right=0;bottom=0;" vertex="1" parent="RaKvigY4erdhe8ycXThF-106">
+         <mxCell id="09DPgqLLzCL2Ru6xiS4a-7" value="" style="shape=tableRow;horizontal=0;startSize=0;swimlaneHead=0;swimlaneBody=0;fillColor=none;collapsible=0;dropTarget=0;points=[[0,0.5],[1,0.5]];portConstraint=eastwest;top=0;left=0;right=0;bottom=0;" parent="RaKvigY4erdhe8ycXThF-106" vertex="1">
          <mxGeometry y="180" width="210" height="30" as="geometry" />
        </mxCell>
-         <mxCell id="09DPgqLLzCL2Ru6xiS4a-8" value="" style="shape=partialRectangle;connectable=0;fillColor=none;top=0;left=0;bottom=0;right=0;editable=1;overflow=hidden;whiteSpace=wrap;html=1;" vertex="1" parent="09DPgqLLzCL2Ru6xiS4a-7">
-           <mxGeometry width="30" height="30" as="geometry">
-             <mxRectangle width="30" height="30" as="alternateBounds" />
-           </mxGeometry>
-         </mxCell>
-         <mxCell id="09DPgqLLzCL2Ru6xiS4a-9" value="Genre" style="shape=partialRectangle;connectable=0;fillColor=none;top=0;left=0;bottom=0;right=0;align=left;spacingLeft=6;overflow=hidden;whiteSpace=wrap;html=1;" vertex="1" parent="09DPgqLLzCL2Ru6xiS4a-7">
+         <mxCell id="09DPgqLLzCL2Ru6xiS4a-8" value="" style="shape=partialRectangle;connectable=0;fillColor=none;top=0;left=0;bottom=0;right=0;editable=1;overflow=hidden;whiteSpace=wrap;html=1;" parent="09DPgqLLzCL2Ru6xiS4a-7" vertex="1">
+           <mxGeometry width="30" height="30" as="geometry">
+             <mxRectangle width="30" height="30" as="alternateBounds" />
+           </mxGeometry>
+         </mxCell>
+         <mxCell id="09DPgqLLzCL2Ru6xiS4a-9" value="Genre" style="shape=partialRectangle;connectable=0;fillColor=none;top=0;left=0;bottom=0;right=0;align=left;spacingLeft=6;overflow=hidden;whiteSpace=wrap;html=1;" parent="09DPgqLLzCL2Ru6xiS4a-7" vertex="1">
          <mxGeometry x="30" width="180" height="30" as="geometry">
            <mxRectangle width="180" height="30" as="alternateBounds" />
          </mxGeometry>
        </mxCell>
        <mxCell id="RaKvigY4erdhe8ycXThF-119" value="" style="shape=tableRow;horizontal=0;startSize=0;swimlaneHead=0;swimlaneBody=0;fillColor=none;collapsible=0;dropTarget=0;points=[[0,0.5],[1,0.5]];portConstraint=eastwest;top=0;left=0;right=0;bottom=0;" parent="RaKvigY4erdhe8ycXThF-106" vertex="1">
          <mxGeometry y="210" width="210" height="30" as="geometry" />
        </mxCell>
        <mxCell id="RaKvigY4erdhe8ycXThF-120" value="" style="shape=partialRectangle;connectable=0;fillColor=none;top=0;left=0;bottom=0;right=0;editable=1;overflow=hidden;whiteSpace=wrap;html=1;" parent="RaKvigY4erdhe8ycXThF-119" vertex="1">
          <mxGeometry width="30" height="30" as="geometry">
            <mxRectangle width="30" height="30" as="alternateBounds" />
          </mxGeometry>
        </mxCell>
        <mxCell id="RaKvigY4erdhe8ycXThF-121" value="MinimalRequirements" style="shape=partialRectangle;connectable=0;fillColor=none;top=0;left=0;bottom=0;right=0;align=left;spacingLeft=6;overflow=hidden;whiteSpace=wrap;html=1;" parent="RaKvigY4erdhe8ycXThF-119" vertex="1">
          <mxGeometry x="30" width="180" height="30" as="geometry">
            <mxRectangle width="180" height="30" as="alternateBounds" />
          </mxGeometry>
        </mxCell>
        <mxCell id="RaKvigY4erdhe8ycXThF-122" value="" style="shape=tableRow;horizontal=0;startSize=0;swimlaneHead=0;swimlaneBody=0;fillColor=none;collapsible=0;dropTarget=0;points=[[0,0.5],[1,0.5]];portConstraint=eastwest;top=0;left=0;right=0;bottom=0;" parent="RaKvigY4erdhe8ycXThF-106" vertex="1">
          <mxGeometry y="240" width="210" height="30" as="geometry" />
        </mxCell>
        <mxCell id="RaKvigY4erdhe8ycXThF-123" value="" style="shape=partialRectangle;connectable=0;fillColor=none;top=0;left=0;bottom=0;right=0;editable=1;overflow=hidden;whiteSpace=wrap;html=1;" parent="RaKvigY4erdhe8ycXThF-122" vertex="1">
          <mxGeometry width="30" height="30" as="geometry">
            <mxRectangle width="30" height="30" as="alternateBounds" />
          </mxGeometry>
        </mxCell>
        <mxCell id="RaKvigY4erdhe8ycXThF-124" value="RecommendedRequirements" style="shape=partialRectangle;connectable=0;fillColor=none;top=0;left=0;bottom=0;right=0;align=left;spacingLeft=6;overflow=hidden;whiteSpace=wrap;html=1;" parent="RaKvigY4erdhe8ycXThF-122" vertex="1">
          <mxGeometry x="30" width="180" height="30" as="geometry">
            <mxRectangle width="180" height="30" as="alternateBounds" />
          </mxGeometry>
        </mxCell>
-         <mxCell id="09DPgqLLzCL2Ru6xiS4a-4" value="" style="shape=tableRow;horizontal=0;startSize=0;swimlaneHead=0;swimlaneBody=0;fillColor=none;collapsible=0;dropTarget=0;points=[[0,0.5],[1,0.5]];portConstraint=eastwest;top=0;left=0;right=0;bottom=0;" vertex="1" parent="RaKvigY4erdhe8ycXThF-106">
+         <mxCell id="09DPgqLLzCL2Ru6xiS4a-4" value="" style="shape=tableRow;horizontal=0;startSize=0;swimlaneHead=0;swimlaneBody=0;fillColor=none;collapsible=0;dropTarget=0;points=[[0,0.5],[1,0.5]];portConstraint=eastwest;top=0;left=0;right=0;bottom=0;" parent="RaKvigY4erdhe8ycXThF-106" vertex="1">
          <mxGeometry y="270" width="210" height="30" as="geometry" />
        </mxCell>
-         <mxCell id="09DPgqLLzCL2Ru6xiS4a-5" value="" style="shape=partialRectangle;connectable=0;fillColor=none;top=0;left=0;bottom=0;right=0;editable=1;overflow=hidden;whiteSpace=wrap;html=1;" vertex="1" parent="09DPgqLLzCL2Ru6xiS4a-4">
-           <mxGeometry width="30" height="30" as="geometry">
-             <mxRectangle width="30" height="30" as="alternateBounds" />
-           </mxGeometry>
-         </mxCell>
-         <mxCell id="09DPgqLLzCL2Ru6xiS4a-6" value="CompatibilityIndicator" style="shape=partialRectangle;connectable=0;fillColor=none;top=0;left=0;bottom=0;right=0;align=left;spacingLeft=6;overflow=hidden;whiteSpace=wrap;html=1;" vertex="1" parent="09DPgqLLzCL2Ru6xiS4a-4">
+         <mxCell id="09DPgqLLzCL2Ru6xiS4a-5" value="" style="shape=partialRectangle;connectable=0;fillColor=none;top=0;left=0;bottom=0;right=0;editable=1;overflow=hidden;whiteSpace=wrap;html=1;" parent="09DPgqLLzCL2Ru6xiS4a-4" vertex="1">
+           <mxGeometry width="30" height="30" as="geometry">
+             <mxRectangle width="30" height="30" as="alternateBounds" />
+           </mxGeometry>
+         </mxCell>
+         <mxCell id="09DPgqLLzCL2Ru6xiS4a-6" value="CompatibilityIndicator" style="shape=partialRectangle;connectable=0;fillColor=none;top=0;left=0;bottom=0;right=0;align=left;spacingLeft=6;overflow=hidden;whiteSpace=wrap;html=1;" parent="09DPgqLLzCL2Ru6xiS4a-4" vertex="1">
          <mxGeometry x="30" width="180" height="30" as="geometry">
            <mxRectangle width="180" height="30" as="alternateBounds" />
          </mxGeometry>
        </mxCell>
        <mxCell id="RaKvigY4erdhe8ycXThF-128" value="Screenshots" style="shape=table;startSize=30;container=1;collapsible=1;childLayout=tableLayout;fixedRows=1;rowLines=0;fontStyle=1;align=center;resizeLast=1;html=1;" parent="1" vertex="1">
          <mxGeometry x="-670" y="120" width="180" height="120" as="geometry" />
        </mxCell>
        <mxCell id="RaKvigY4erdhe8ycXThF-129" value="" style="shape=tableRow;horizontal=0;startSize=0;swimlaneHead=0;swimlaneBody=0;fillColor=none;collapsible=0;dropTarget=0;points=[[0,0.5],[1,0.5]];portConstraint=eastwest;top=0;left=0;right=0;bottom=1;" parent="RaKvigY4erdhe8ycXThF-128" vertex="1">
          <mxGeometry y="30" width="180" height="30" as="geometry" />
        </mxCell>
        <mxCell id="RaKvigY4erdhe8ycXThF-130" value="PK" style="shape=partialRectangle;connectable=0;fillColor=none;top=0;left=0;bottom=0;right=0;fontStyle=1;overflow=hidden;whiteSpace=wrap;html=1;" parent="RaKvigY4erdhe8ycXThF-129" vertex="1">
          <mxGeometry width="30" height="30" as="geometry">
            <mxRectangle width="30" height="30" as="alternateBounds" />
          </mxGeometry>
        </mxCell>
        <mxCell id="RaKvigY4erdhe8ycXThF-131" value="id" style="shape=partialRectangle;connectable=0;fillColor=none;top=0;left=0;bottom=0;right=0;align=left;spacingLeft=6;fontStyle=5;overflow=hidden;whiteSpace=wrap;html=1;" parent="RaKvigY4erdhe8ycXThF-129" vertex="1">
          <mxGeometry x="30" width="150" height="30" as="geometry">
            <mxRectangle width="150" height="30" as="alternateBounds" />
          </mxGeometry>
        </mxCell>
        <mxCell id="RaKvigY4erdhe8ycXThF-132" value="" style="shape=tableRow;horizontal=0;startSize=0;swimlaneHead=0;swimlaneBody=0;fillColor=none;collapsible=0;dropTarget=0;points=[[0,0.5],[1,0.5]];portConstraint=eastwest;top=0;left=0;right=0;bottom=0;" parent="RaKvigY4erdhe8ycXThF-128" vertex="1">
          <mxGeometry y="60" width="180" height="30" as="geometry" />
        </mxCell>
        <mxCell id="RaKvigY4erdhe8ycXThF-133" value="" style="shape=partialRectangle;connectable=0;fillColor=none;top=0;left=0;bottom=0;right=0;editable=1;overflow=hidden;whiteSpace=wrap;html=1;" parent="RaKvigY4erdhe8ycXThF-132" vertex="1">
          <mxGeometry width="30" height="30" as="geometry">
            <mxRectangle width="30" height="30" as="alternateBounds" />
          </mxGeometry>
        </mxCell>
        <mxCell id="RaKvigY4erdhe8ycXThF-134" value="SteamGame" style="shape=partialRectangle;connectable=0;fillColor=none;top=0;left=0;bottom=0;right=0;align=left;spacingLeft=6;overflow=hidden;whiteSpace=wrap;html=1;" parent="RaKvigY4erdhe8ycXThF-132" vertex="1">
          <mxGeometry x="30" width="150" height="30" as="geometry">
            <mxRectangle width="150" height="30" as="alternateBounds" />
          </mxGeometry>
        </mxCell>
        <mxCell id="RaKvigY4erdhe8ycXThF-157" value="" style="shape=tableRow;horizontal=0;startSize=0;swimlaneHead=0;swimlaneBody=0;fillColor=none;collapsible=0;dropTarget=0;points=[[0,0.5],[1,0.5]];portConstraint=eastwest;top=0;left=0;right=0;bottom=0;" parent="RaKvigY4erdhe8ycXThF-128" vertex="1">
          <mxGeometry y="90" width="180" height="30" as="geometry" />
        </mxCell>
        <mxCell id="RaKvigY4erdhe8ycXThF-158" value="" style="shape=partialRectangle;connectable=0;fillColor=none;top=0;left=0;bottom=0;right=0;editable=1;overflow=hidden;whiteSpace=wrap;html=1;" parent="RaKvigY4erdhe8ycXThF-157" vertex="1">
          <mxGeometry width="30" height="30" as="geometry">
            <mxRectangle width="30" height="30" as="alternateBounds" />
          </mxGeometry>
        </mxCell>
        <mxCell id="RaKvigY4erdhe8ycXThF-159" value="Path" style="shape=partialRectangle;connectable=0;fillColor=none;top=0;left=0;bottom=0;right=0;align=left;spacingLeft=6;overflow=hidden;whiteSpace=wrap;html=1;" parent="RaKvigY4erdhe8ycXThF-157" vertex="1">
          <mxGeometry x="30" width="150" height="30" as="geometry">
            <mxRectangle width="150" height="30" as="alternateBounds" />
          </mxGeometry>
        </mxCell>
        <mxCell id="RaKvigY4erdhe8ycXThF-141" value="" style="edgeStyle=entityRelationEdgeStyle;fontSize=12;html=1;endArrow=ERoneToMany;startArrow=ERmandOne;rounded=0;entryX=0;entryY=0.5;entryDx=0;entryDy=0;exitX=1;exitY=0.5;exitDx=0;exitDy=0;" parent="1" source="RaKvigY4erdhe8ycXThF-6" target="RaKvigY4erdhe8ycXThF-36" edge="1">
          <mxGeometry width="100" height="100" relative="1" as="geometry">
            <mxPoint x="170" y="330" as="sourcePoint" />
            <mxPoint x="200" y="350" as="targetPoint" />
          </mxGeometry>
        </mxCell>
        <mxCell id="RaKvigY4erdhe8ycXThF-142" value="" style="edgeStyle=entityRelationEdgeStyle;fontSize=12;html=1;endArrow=ERoneToMany;startArrow=ERmandOne;rounded=0;entryX=1;entryY=0.5;entryDx=0;entryDy=0;exitX=0;exitY=0.5;exitDx=0;exitDy=0;" parent="1" source="RaKvigY4erdhe8ycXThF-19" target="RaKvigY4erdhe8ycXThF-39" edge="1">
          <mxGeometry width="100" height="100" relative="1" as="geometry">
            <mxPoint x="520" y="370" as="sourcePoint" />
            <mxPoint x="340" y="460" as="targetPoint" />
          </mxGeometry>
        </mxCell>
        <mxCell id="RaKvigY4erdhe8ycXThF-143" value="" style="edgeStyle=entityRelationEdgeStyle;fontSize=12;html=1;endArrow=ERoneToMany;startArrow=ERmandOne;rounded=0;entryX=1;entryY=0.5;entryDx=0;entryDy=0;exitX=0;exitY=0.5;exitDx=0;exitDy=0;" parent="1" source="RaKvigY4erdhe8ycXThF-26" target="RaKvigY4erdhe8ycXThF-61" edge="1">
          <mxGeometry width="100" height="100" relative="1" as="geometry">
            <mxPoint x="570" y="390" as="sourcePoint" />
            <mxPoint x="480" y="520" as="targetPoint" />
          </mxGeometry>
        </mxCell>
        <mxCell id="RaKvigY4erdhe8ycXThF-144" value="" style="edgeStyle=entityRelationEdgeStyle;fontSize=12;html=1;endArrow=ERoneToMany;startArrow=ERmandOne;rounded=0;entryX=1;entryY=0.5;entryDx=0;entryDy=0;exitX=0;exitY=0.5;exitDx=0;exitDy=0;" parent="1" source="RaKvigY4erdhe8ycXThF-33" target="RaKvigY4erdhe8ycXThF-55" edge="1">
          <mxGeometry width="100" height="100" relative="1" as="geometry">
            <mxPoint x="220" y="550" as="sourcePoint" />
            <mxPoint x="300" y="460" as="targetPoint" />
          </mxGeometry>
        </mxCell>
        <mxCell id="RaKvigY4erdhe8ycXThF-148" value="" style="edgeStyle=entityRelationEdgeStyle;fontSize=12;html=1;endArrow=ERoneToMany;startArrow=ERmandOne;rounded=0;exitX=0;exitY=0.5;exitDx=0;exitDy=0;entryX=1;entryY=0.5;entryDx=0;entryDy=0;" parent="1" source="RaKvigY4erdhe8ycXThF-46" target="RaKvigY4erdhe8ycXThF-145" edge="1">
          <mxGeometry width="100" height="100" relative="1" as="geometry">
            <mxPoint x="120" y="480" as="sourcePoint" />
            <mxPoint x="-180" y="335" as="targetPoint" />
          </mxGeometry>
        </mxCell>
        <mxCell id="RaKvigY4erdhe8ycXThF-153" value="" style="edgeStyle=entityRelationEdgeStyle;fontSize=12;html=1;endArrow=ERoneToMany;startArrow=ERmandOne;rounded=0;exitX=0;exitY=0.5;exitDx=0;exitDy=0;entryX=1;entryY=0.5;entryDx=0;entryDy=0;" parent="1" source="RaKvigY4erdhe8ycXThF-107" target="RaKvigY4erdhe8ycXThF-132" edge="1">
          <mxGeometry width="100" height="100" relative="1" as="geometry">
            <mxPoint x="-300" y="50" as="sourcePoint" />
            <mxPoint x="-630" y="320" as="targetPoint" />
          </mxGeometry>
        </mxCell>
        <mxCell id="tY81tEx8x-M-BH_9YuJr-10" value="" style="edgeStyle=entityRelationEdgeStyle;fontSize=12;html=1;endArrow=ERoneToMany;startArrow=ERmandOne;rounded=0;exitX=1;exitY=0.5;exitDx=0;exitDy=0;entryX=0;entryY=0.5;entryDx=0;entryDy=0;" parent="1" source="RaKvigY4erdhe8ycXThF-33" target="tY81tEx8x-M-BH_9YuJr-15" edge="1">
          <mxGeometry width="100" height="100" relative="1" as="geometry">
            <mxPoint x="580" y="560" as="sourcePoint" />
            <mxPoint x="510" y="220" as="targetPoint" />
          </mxGeometry>
        </mxCell>
        <mxCell id="tY81tEx8x-M-BH_9YuJr-11" value="HDD" style="shape=table;startSize=30;container=1;collapsible=1;childLayout=tableLayout;fixedRows=1;rowLines=0;fontStyle=1;align=center;resizeLast=1;html=1;" parent="1" vertex="1">
          <mxGeometry x="540" y="120" width="180" height="150" as="geometry" />
        </mxCell>
        <mxCell id="tY81tEx8x-M-BH_9YuJr-12" value="" style="shape=tableRow;horizontal=0;startSize=0;swimlaneHead=0;swimlaneBody=0;fillColor=none;collapsible=0;dropTarget=0;points=[[0,0.5],[1,0.5]];portConstraint=eastwest;top=0;left=0;right=0;bottom=1;" parent="tY81tEx8x-M-BH_9YuJr-11" vertex="1">
          <mxGeometry y="30" width="180" height="30" as="geometry" />
        </mxCell>
        <mxCell id="tY81tEx8x-M-BH_9YuJr-13" value="PK" style="shape=partialRectangle;connectable=0;fillColor=none;top=0;left=0;bottom=0;right=0;fontStyle=1;overflow=hidden;whiteSpace=wrap;html=1;" parent="tY81tEx8x-M-BH_9YuJr-12" vertex="1">
          <mxGeometry width="30" height="30" as="geometry">
            <mxRectangle width="30" height="30" as="alternateBounds" />
          </mxGeometry>
        </mxCell>
        <mxCell id="tY81tEx8x-M-BH_9YuJr-14" value="id" style="shape=partialRectangle;connectable=0;fillColor=none;top=0;left=0;bottom=0;right=0;align=left;spacingLeft=6;fontStyle=5;overflow=hidden;whiteSpace=wrap;html=1;" parent="tY81tEx8x-M-BH_9YuJr-12" vertex="1">
          <mxGeometry x="30" width="150" height="30" as="geometry">
            <mxRectangle width="150" height="30" as="alternateBounds" />
          </mxGeometry>
        </mxCell>
        <mxCell id="tY81tEx8x-M-BH_9YuJr-15" value="" style="shape=tableRow;horizontal=0;startSize=0;swimlaneHead=0;swimlaneBody=0;fillColor=none;collapsible=0;dropTarget=0;points=[[0,0.5],[1,0.5]];portConstraint=eastwest;top=0;left=0;right=0;bottom=0;" parent="tY81tEx8x-M-BH_9YuJr-11" vertex="1">
          <mxGeometry y="60" width="180" height="30" as="geometry" />
        </mxCell>
        <mxCell id="tY81tEx8x-M-BH_9YuJr-16" value="" style="shape=partialRectangle;connectable=0;fillColor=none;top=0;left=0;bottom=0;right=0;editable=1;overflow=hidden;whiteSpace=wrap;html=1;" parent="tY81tEx8x-M-BH_9YuJr-15" vertex="1">
          <mxGeometry width="30" height="30" as="geometry">
            <mxRectangle width="30" height="30" as="alternateBounds" />
          </mxGeometry>
        </mxCell>
        <mxCell id="tY81tEx8x-M-BH_9YuJr-17" value="Config" style="shape=partialRectangle;connectable=0;fillColor=none;top=0;left=0;bottom=0;right=0;align=left;spacingLeft=6;overflow=hidden;whiteSpace=wrap;html=1;" parent="tY81tEx8x-M-BH_9YuJr-15" vertex="1">
          <mxGeometry x="30" width="150" height="30" as="geometry">
            <mxRectangle width="150" height="30" as="alternateBounds" />
          </mxGeometry>
        </mxCell>
        <mxCell id="tY81tEx8x-M-BH_9YuJr-24" value="" style="shape=tableRow;horizontal=0;startSize=0;swimlaneHead=0;swimlaneBody=0;fillColor=none;collapsible=0;dropTarget=0;points=[[0,0.5],[1,0.5]];portConstraint=eastwest;top=0;left=0;right=0;bottom=0;" parent="tY81tEx8x-M-BH_9YuJr-11" vertex="1">
          <mxGeometry y="90" width="180" height="30" as="geometry" />
        </mxCell>
        <mxCell id="tY81tEx8x-M-BH_9YuJr-25" value="" style="shape=partialRectangle;connectable=0;fillColor=none;top=0;left=0;bottom=0;right=0;editable=1;overflow=hidden;whiteSpace=wrap;html=1;" parent="tY81tEx8x-M-BH_9YuJr-24" vertex="1">
          <mxGeometry width="30" height="30" as="geometry">
            <mxRectangle width="30" height="30" as="alternateBounds" />
          </mxGeometry>
        </mxCell>
        <mxCell id="tY81tEx8x-M-BH_9YuJr-26" value="Name" style="shape=partialRectangle;connectable=0;fillColor=none;top=0;left=0;bottom=0;right=0;align=left;spacingLeft=6;overflow=hidden;whiteSpace=wrap;html=1;" parent="tY81tEx8x-M-BH_9YuJr-24" vertex="1">
          <mxGeometry x="30" width="150" height="30" as="geometry">
            <mxRectangle width="150" height="30" as="alternateBounds" />
          </mxGeometry>
        </mxCell>
        <mxCell id="tY81tEx8x-M-BH_9YuJr-18" value="" style="shape=tableRow;horizontal=0;startSize=0;swimlaneHead=0;swimlaneBody=0;fillColor=none;collapsible=0;dropTarget=0;points=[[0,0.5],[1,0.5]];portConstraint=eastwest;top=0;left=0;right=0;bottom=0;" parent="tY81tEx8x-M-BH_9YuJr-11" vertex="1">
          <mxGeometry y="120" width="180" height="30" as="geometry" />
        </mxCell>
        <mxCell id="tY81tEx8x-M-BH_9YuJr-19" value="" style="shape=partialRectangle;connectable=0;fillColor=none;top=0;left=0;bottom=0;right=0;editable=1;overflow=hidden;whiteSpace=wrap;html=1;" parent="tY81tEx8x-M-BH_9YuJr-18" vertex="1">
          <mxGeometry width="30" height="30" as="geometry">
            <mxRectangle width="30" height="30" as="alternateBounds" />
          </mxGeometry>
        </mxCell>
        <mxCell id="tY81tEx8x-M-BH_9YuJr-20" value="FreeSpace" style="shape=partialRectangle;connectable=0;fillColor=none;top=0;left=0;bottom=0;right=0;align=left;spacingLeft=6;overflow=hidden;whiteSpace=wrap;html=1;" parent="tY81tEx8x-M-BH_9YuJr-18" vertex="1">
          <mxGeometry x="30" width="150" height="30" as="geometry">
            <mxRectangle width="150" height="30" as="alternateBounds" />
          </mxGeometry>
        </mxCell>
      </root>
    </mxGraphModel>
  </diagram>
</mxfile>
